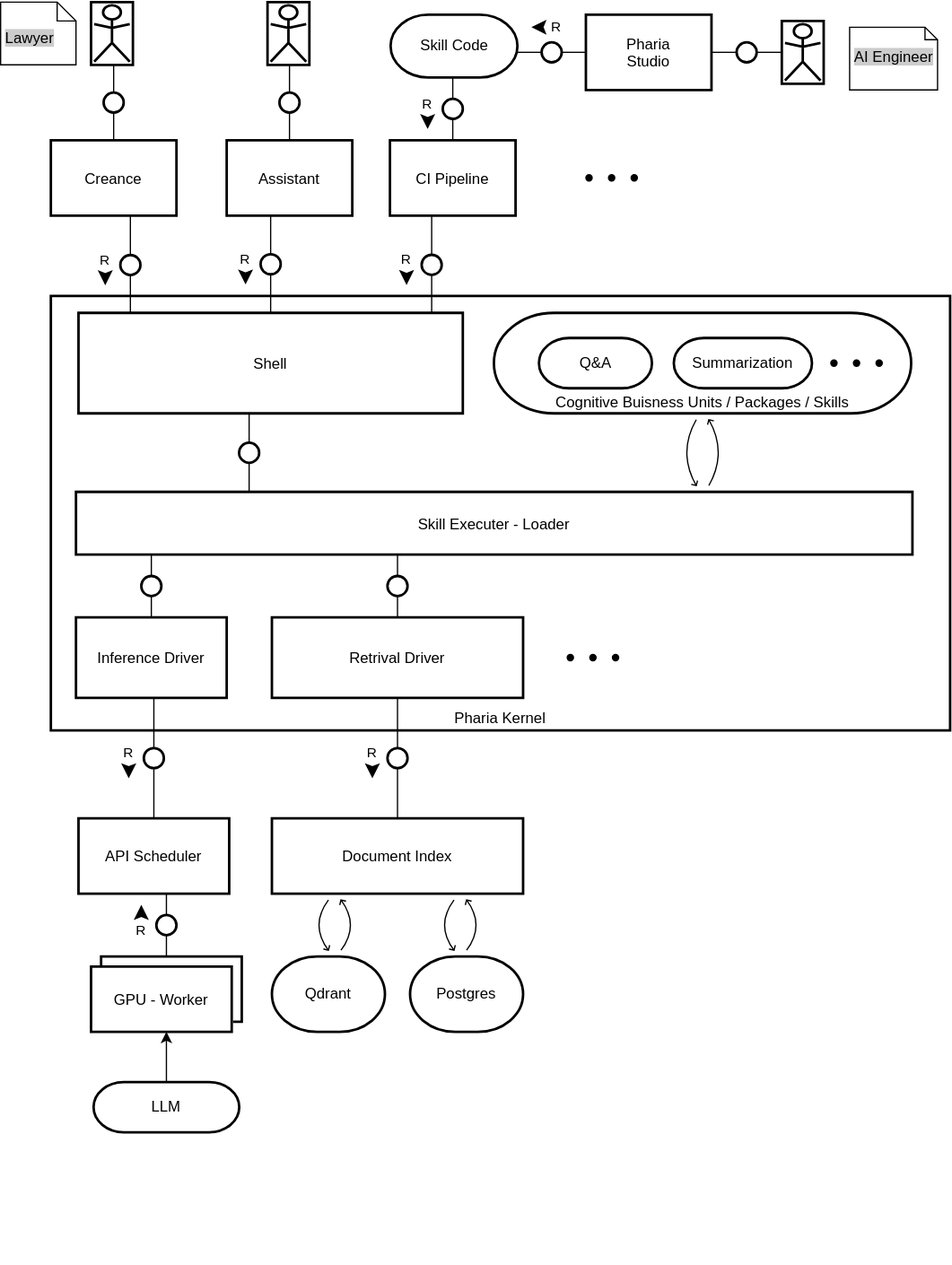
Above: tam/kernel-block.drawio.svg in Aleph-Alpha/pharia-engine (draw.io), before the change. Source tidied: cells renumbered, new cells last; positions are measured from the earlier drawing's top-left corner, leaving out a move shared by most shapes.
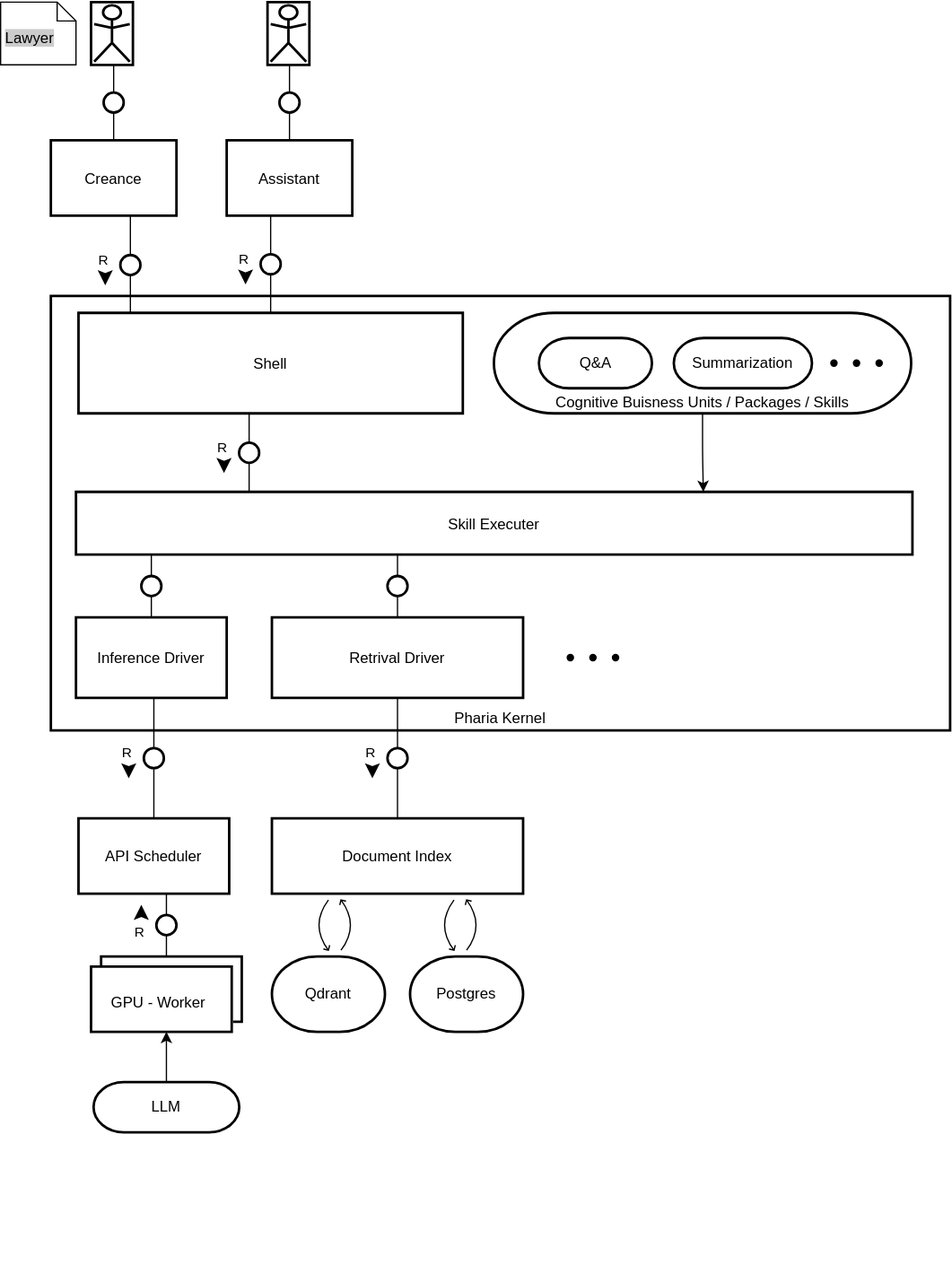
After the commit.

The edit, as a diff of the source:
```diff
@@ -20,27 +20,21 @@
     <mxCell id="7" style="shape=useedge;vertical=true;edgeStyle=none;endArrow=none;useSignPosition=left;useSignDirection=south;entryX=0.5;entryY=1;entryDx=0;entryDy=0;exitX=0.5;exitY=0;exitDx=0;exitDy=0;" parent="1" edge="1" source="9" target="5">
       <mxGeometry relative="1" as="geometry" />
     </mxCell>
-    <mxCell id="8" style="shape=dot3;" parent="1" vertex="1">
-      <mxGeometry x="461" y="132.5" width="55" height="15" as="geometry" />
-    </mxCell>
     <mxCell id="9" value="Shell" style="shape=agent;offsetSize=8;strokeWidth=2;" parent="1" vertex="1">
       <mxGeometry x="62" y="247.5" width="306" height="80" as="geometry" />
     </mxCell>
     <mxCell id="10" value="Inference Driver" style="shape=agent;offsetSize=8;strokeWidth=2;" parent="1" vertex="1">
       <mxGeometry x="60" y="490" width="120" height="64" as="geometry" />
     </mxCell>
-    <mxCell id="11" value="Skill Executer - Loader" style="shape=agent;offsetSize=8;strokeWidth=2;verticalAlign=middle;" parent="1" vertex="1">
+    <mxCell id="11" value="Skill Executer" style="shape=agent;offsetSize=8;strokeWidth=2;verticalAlign=middle;" parent="1" vertex="1">
       <mxGeometry x="60" y="390" width="666" height="50" as="geometry" />
     </mxCell>
-    <mxCell id="12" style="shape=useedge;vertical=true;edgeStyle=none;endArrow=none;useSignPosition=left;useSignDirection=none;entryX=0.5;entryY=1;entryDx=0;entryDy=0;exitX=0.207;exitY=0.004;exitDx=0;exitDy=0;exitPerimeter=0;" parent="1" edge="1" source="11" target="9">
+    <mxCell id="12" style="shape=useedge;vertical=true;edgeStyle=none;endArrow=none;useSignPosition=left;useSignDirection=south;entryX=0.5;entryY=1;entryDx=0;entryDy=0;exitX=0.207;exitY=0.004;exitDx=0;exitDy=0;exitPerimeter=0;" parent="1" edge="1" source="11" target="9">
       <mxGeometry relative="1" as="geometry" />
     </mxCell>
     <mxCell id="13" style="shape=useedge;vertical=true;edgeStyle=none;endArrow=none;useSignPosition=left;useSignDirection=none;exitX=0.5;exitY=0;exitDx=0;exitDy=0;" parent="1" edge="1" source="10" target="11">
       <mxGeometry relative="1" as="geometry" />
     </mxCell>
-    <mxCell id="14" style="shape=updateedge;endArrow=none;vertical=true;entryX=0.75;entryY=0;entryDx=0;entryDy=0;exitX=0.5;exitY=1;exitDx=0;exitDy=0;" parent="1" edge="1" source="15" target="11">
-      <mxGeometry relative="1" as="geometry" />
-    </mxCell>
     <mxCell id="15" value="Cognitive Buisness Units / Packages / Skills" style="rounded=1;whiteSpace=wrap;html=1;arcSize=60;strokeWidth=2;verticalAlign=bottom;" parent="1" vertex="1">
       <mxGeometry x="392.8" y="247.5" width="332.2" height="80" as="geometry" />
     </mxCell>
@@ -113,32 +107,8 @@
     <mxCell id="38" style="edgeStyle=elbowEdgeStyle;html=1;labelBackgroundColor=none;rounded=0;elbow=vertical;endArrow=classic;endFill=1;align=center;exitX=0.5;exitY=0;exitDx=0;exitDy=0;entryX=0.5;entryY=1;entryDx=0;entryDy=0;" parent="1" edge="1" source="37" target="22">
       <mxGeometry relative="1" as="geometry" />
     </mxCell>
-    <mxCell id="39" value="CI Pipeline" style="shape=agent;offsetSize=8;strokeWidth=2;" parent="1" vertex="1">
-      <mxGeometry x="310" y="110" width="100" height="60" as="geometry" />
-    </mxCell>
-    <mxCell id="40" style="shape=useedge;vertical=true;edgeStyle=none;endArrow=none;useSignPosition=left;useSignDirection=south;entryX=0.25;entryY=1;entryDx=0;entryDy=0;exitX=0.919;exitY=0.012;exitDx=0;exitDy=0;exitPerimeter=0;" parent="1" edge="1" source="9" target="39">
-      <mxGeometry relative="1" as="geometry" />
-    </mxCell>
-    <mxCell id="41" value="Skill Code" style="rounded=1;whiteSpace=wrap;html=1;arcSize=60;strokeWidth=2;" parent="1" vertex="1">
-      <mxGeometry x="310.5" y="10" width="101" height="50" as="geometry" />
-    </mxCell>
-    <mxCell id="42" style="shape=useedge;vertical=true;edgeStyle=none;endArrow=none;useSignPosition=left;useSignDirection=south;entryX=0.5;entryY=1;entryDx=0;entryDy=0;exitX=0.5;exitY=0;exitDx=0;exitDy=0;" parent="1" edge="1" source="39" target="41">
-      <mxGeometry relative="1" as="geometry" />
-    </mxCell>
-    <mxCell id="43" value="Pharia&#10;Studio" style="shape=agent;offsetSize=8;strokeWidth=2;" parent="1" vertex="1">
-      <mxGeometry x="466" y="10" width="100" height="60" as="geometry" />
-    </mxCell>
-    <mxCell id="44" style="shape=useedge;endArrow=none;edgeStyle=none;useSignPosition=up;useSignDirection=east;exitX=0;exitY=0.5;exitDx=0;exitDy=0;entryX=1;entryY=0.5;entryDx=0;entryDy=0;" parent="1" edge="1" source="43" target="41">
-      <mxGeometry relative="1" as="geometry" />
-    </mxCell>
-    <mxCell id="45" style="shape=actor;horizontalLabelPosition=right;align=left;labelPosition=right;strokeWidth=2;" parent="1" vertex="1">
-      <mxGeometry x="622" y="15" width="35" height="50" as="geometry" />
-    </mxCell>
-    <mxCell id="46" style="shape=useedge;endArrow=none;edgeStyle=none;useSignPosition=up;useSignDirection=none;entryX=0;entryY=0.5;entryDx=0;entryDy=0;exitX=1;exitY=0.5;exitDx=0;exitDy=0;" parent="1" edge="1" source="43" target="45">
-      <mxGeometry relative="1" as="geometry" />
-    </mxCell>
-    <mxCell id="47" value="&lt;font style=&quot;background-color: rgb(204, 204, 204);&quot; color=&quot;#000000&quot;&gt;AI Engineer&lt;/font&gt;" style="shape=note2;boundedLbl=1;whiteSpace=wrap;html=1;size=10;spacingLeft=2;verticalAlign=top;align=left;fillColor=#FFFFFF;" parent="1" vertex="1">
-      <mxGeometry x="676" y="20" width="70" height="50" as="geometry" />
-    </mxCell>
+    <mxCell id="14" style="edgeStyle=elbowEdgeStyle;html=1;labelBackgroundColor=none;rounded=1;elbow=vertical;endArrow=classic;endFill=1;align=center;entryX=0.75;entryY=0;entryDx=0;entryDy=0;exitX=0.5;exitY=1;exitDx=0;exitDy=0;" parent="1" edge="1" source="15" target="11">
+      <mxGeometry relative="1" as="geometry" />
+    </mxCell>
   </root>
 </mxGraphModel>
```
